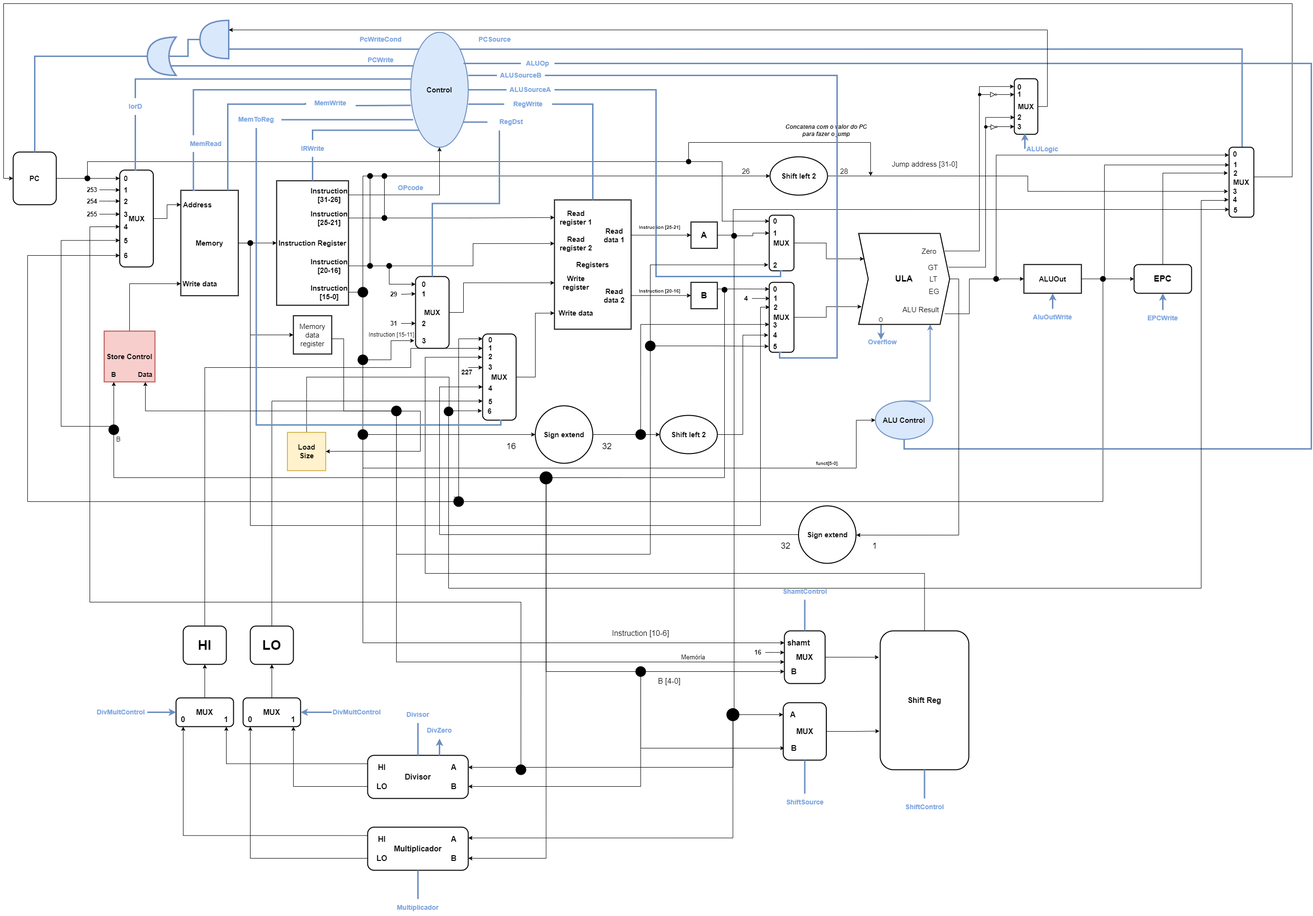
Before: Projeto/Unidade de Processamento/Unidade de Processamento.png, a diagram exported from draw.io (phdfreitas/infrahw-2021-2). Source tidied: cells renumbered, new cells last; positions are measured from the earlier drawing's top-left corner, leaving out a move shared by most shapes.
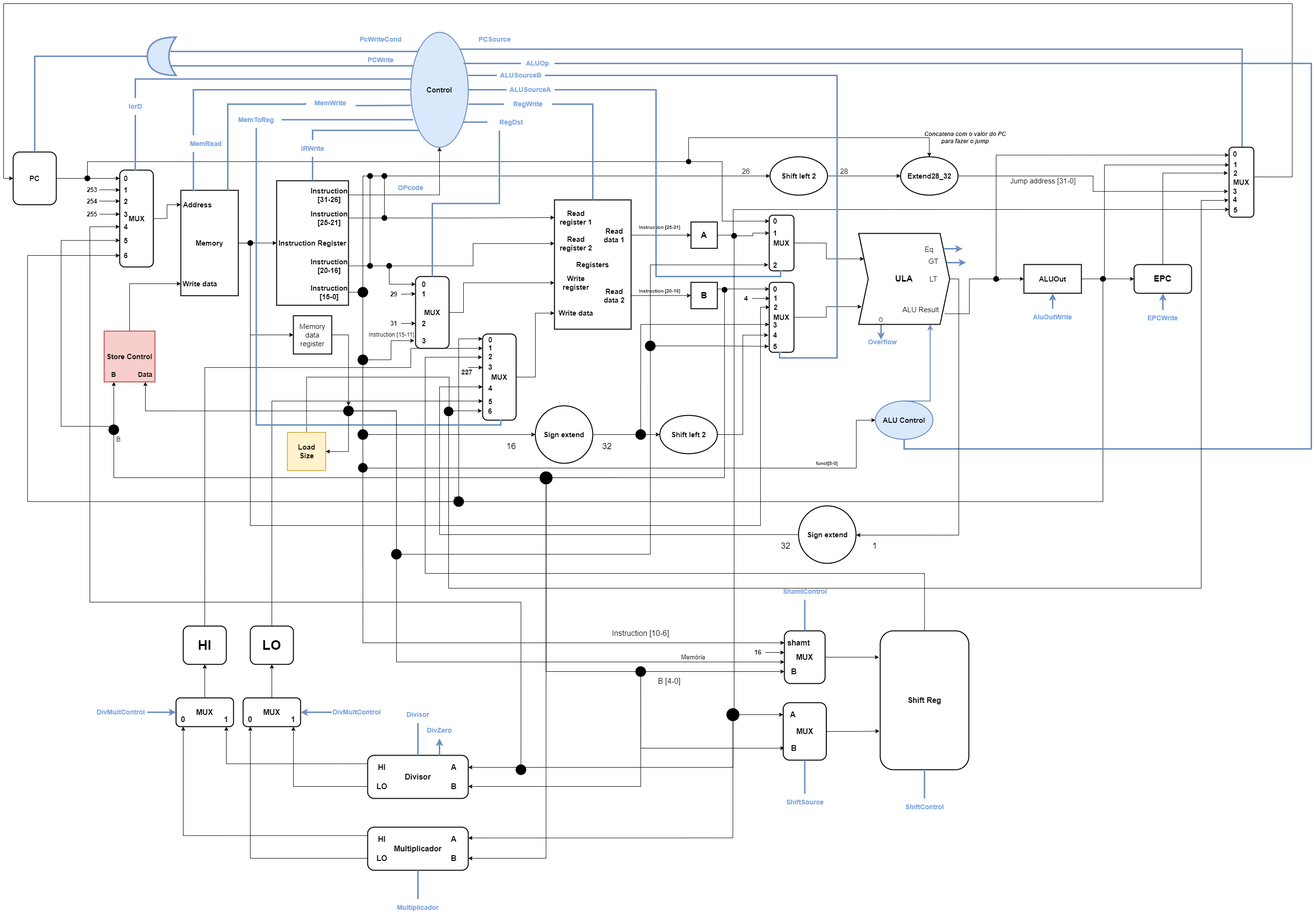
Later version of the same file.

Commit message:
Atualização Un de Processamento

The edit, as a diff of the source:
```diff
@@ -94,14 +94,7 @@
     </mxCell>
-    <mxCell id="29" style="edgeStyle=orthogonalEdgeStyle;rounded=0;jettySize=auto;html=1;exitX=1;exitY=0.5;exitDx=0;exitDy=0;fontSize=12;endArrow=classic;endFill=1;entryX=1;entryY=0.5;entryDx=0;entryDy=0;" parent="1" edge="1" source="30" target="3">
-      <mxGeometry relative="1" as="geometry">
-        <Array as="points">
-          <mxPoint x="685" y="700" />
-          <mxPoint x="710" y="700" />
-          <mxPoint x="710" y="851" />
-          <mxPoint x="870" y="851" />
-          <mxPoint x="870" y="935" />
-          <mxPoint x="690" y="935" />
-        </Array>
-      </mxGeometry>
-    </mxCell>
+    <mxCell id="370" style="edgeStyle=orthogonalEdgeStyle;rounded=0;jettySize=auto;html=1;exitX=1;exitY=0.5;exitDx=0;exitDy=0;fontSize=15;strokeColor=#000000;" parent="1" edge="1" source="30">
+      <mxGeometry relative="1" as="geometry">
+        <mxPoint x="720" y="840" as="targetPoint" />
+      </mxGeometry>
+    </mxCell>
     <mxCell id="30" value="Memory data register" style="whiteSpace=wrap;html=1;fontSize=15;strokeWidth=2;" parent="1" vertex="1">
@@ -124,7 +117,14 @@
     </mxCell>
-    <mxCell id="36" style="edgeStyle=orthogonalEdgeStyle;rounded=0;jettySize=auto;html=1;exitX=1;exitY=0;exitDx=0;exitDy=0;fontSize=10;entryX=1;entryY=0;entryDx=0;entryDy=0;fillColor=#dae8fc;strokeColor=#6c8ebf;strokeWidth=3;endArrow=none;endFill=0;" parent="1" edge="1" source="40" target="152">
+    <mxCell id="36" style="edgeStyle=orthogonalEdgeStyle;rounded=0;jettySize=auto;html=1;exitX=1;exitY=0;exitDx=0;exitDy=0;fontSize=10;entryX=1;entryY=0;entryDx=0;entryDy=0;fillColor=#dae8fc;strokeColor=#6C8EBF;strokeWidth=3;endArrow=none;endFill=0;" parent="1" edge="1" source="40" target="152">
       <mxGeometry relative="1" as="geometry" />
     </mxCell>
-    <mxCell id="37" style="edgeStyle=orthogonalEdgeStyle;rounded=0;jettySize=auto;html=1;exitX=0;exitY=0.25;exitDx=0;exitDy=0;entryX=0;entryY=0;entryDx=0;entryDy=0;fontSize=10;startArrow=none;startFill=0;endArrow=none;endFill=0;strokeColor=#6c8ebf;strokeWidth=3;exitPerimeter=0;fillColor=#dae8fc;" parent="1" edge="1" source="239" target="40">
-      <mxGeometry relative="1" as="geometry" />
+    <mxCell id="37" style="edgeStyle=orthogonalEdgeStyle;rounded=0;orthogonalLoop=1;jettySize=auto;html=1;exitX=0.148;exitY=0.636;exitDx=0;exitDy=0;entryX=0;entryY=0;entryDx=0;entryDy=0;fontSize=10;startArrow=none;startFill=0;endArrow=none;endFill=0;strokeColor=#6c8ebf;strokeWidth=3;exitPerimeter=0;fillColor=#dae8fc;" parent="1" edge="1">
+      <mxGeometry relative="1" as="geometry">
+        <mxPoint x="350.1" y="98.1" as="sourcePoint" />
+        <mxPoint x="866.6" y="94.1" as="targetPoint" />
+        <Array as="points">
+          <mxPoint x="350" y="100" />
+          <mxPoint x="867" y="100" />
+        </Array>
+      </mxGeometry>
     </mxCell>
@@ -212,5 +212,5 @@
     </mxCell>
-    <mxCell id="64" style="edgeStyle=orthogonalEdgeStyle;rounded=0;jettySize=auto;html=1;exitX=1;exitY=0.5;exitDx=0;exitDy=0;entryX=0;entryY=0.5;entryDx=0;entryDy=0;fontSize=15;endArrow=classic;endFill=1;" parent="1" edge="1" source="65" target="160">
-      <mxGeometry relative="1" as="geometry" />
-    </mxCell>
+    <mxCell id="371" style="edgeStyle=orthogonalEdgeStyle;rounded=0;jettySize=auto;html=1;exitX=1;exitY=0.5;exitDx=0;exitDy=0;entryX=0;entryY=0.5;entryDx=0;entryDy=0;fontSize=15;strokeColor=#000000;" parent="1" edge="1" source="65" target="377">
+      <mxGeometry relative="1" as="geometry" />
+    </mxCell>
     <mxCell id="65" value="&lt;b&gt;Shift left 2&lt;/b&gt;" style="ellipse;whiteSpace=wrap;html=1;fontSize=15;strokeColor=#000000;strokeWidth=2;fillColor=none;" parent="1" vertex="1">
@@ -479,7 +479,7 @@
     </mxCell>
-    <mxCell id="139" value="&lt;font style=&quot;font-size: 15px&quot;&gt;Zero&lt;/font&gt;" style="text;html=1;strokeColor=none;fillColor=none;align=center;verticalAlign=middle;whiteSpace=wrap;rounded=0;fontSize=18;" parent="136" vertex="1">
-      <mxGeometry x="115" y="18.2" width="65" height="37" as="geometry" />
+    <mxCell id="139" value="&lt;font style=&quot;font-size: 15px&quot;&gt;Eq&lt;/font&gt;" style="text;html=1;strokeColor=none;fillColor=none;align=center;verticalAlign=middle;whiteSpace=wrap;rounded=0;fontSize=18;" parent="136" vertex="1">
+      <mxGeometry x="115" y="15" width="65" height="37" as="geometry" />
     </mxCell>
     <mxCell id="140" value="&lt;font style=&quot;font-size: 15px&quot;&gt;GT&lt;/font&gt;" style="text;html=1;strokeColor=none;fillColor=none;align=center;verticalAlign=middle;whiteSpace=wrap;rounded=0;fontSize=18;" parent="136" vertex="1">
-      <mxGeometry x="123" y="52" width="65" height="37" as="geometry" />
+      <mxGeometry x="124" y="39.4" width="65" height="37" as="geometry" />
     </mxCell>
@@ -488,5 +488,2 @@
     </mxCell>
-    <mxCell id="142" value="&lt;span style=&quot;font-size: 15px&quot;&gt;EG&lt;/span&gt;" style="text;html=1;strokeColor=none;fillColor=none;align=center;verticalAlign=middle;whiteSpace=wrap;rounded=0;fontSize=18;" parent="136" vertex="1">
-      <mxGeometry x="125" y="103" width="65" height="37" as="geometry" />
-    </mxCell>
     <mxCell id="143" style="edgeStyle=orthogonalEdgeStyle;rounded=0;jettySize=auto;html=1;exitX=1;exitY=0.5;exitDx=0;exitDy=0;entryX=0;entryY=0.5;entryDx=0;entryDy=0;fontSize=15;endArrow=none;endFill=0;" parent="1" edge="1" source="144" target="149">
@@ -591,3 +588,3 @@
     <mxCell id="168" value="Jump address [31-0]" style="text;html=1;strokeColor=none;fillColor=none;align=center;verticalAlign=middle;whiteSpace=wrap;rounded=0;fontSize=15;" parent="1" vertex="1">
-      <mxGeometry x="1852.5" y="320" width="140" height="30" as="geometry" />
+      <mxGeometry x="2100" y="355" width="140" height="30" as="geometry" />
     </mxCell>
@@ -625,15 +622,13 @@
     </mxCell>
-    <mxCell id="175" style="endArrow=classic;html=1;rounded=0;" parent="1" edge="1">
-      <mxGeometry relative="1" as="geometry">
-        <mxPoint x="1430" y="330" as="sourcePoint" />
-        <mxPoint x="1810" y="360" as="targetPoint" />
-        <Array as="points">
-          <mxPoint x="1430" y="290" />
-          <mxPoint x="1810" y="290" />
-        </Array>
-      </mxGeometry>
-    </mxCell>
     <mxCell id="176" value="&lt;i&gt;&lt;b&gt;Concatena com o valor do PC para fazer o jump&lt;/b&gt;&lt;/i&gt;" style="text;html=1;strokeColor=none;fillColor=none;align=center;verticalAlign=middle;whiteSpace=wrap;rounded=0;" parent="1" vertex="1">
-      <mxGeometry x="1630" y="250" width="175" height="30" as="geometry" />
+      <mxGeometry x="1920" y="265" width="175" height="30" as="geometry" />
     </mxCell>
+    <mxCell id="372" style="edgeStyle=orthogonalEdgeStyle;rounded=0;jettySize=auto;html=1;exitX=0.5;exitY=0;exitDx=0;exitDy=0;entryX=0.5;entryY=0;entryDx=0;entryDy=0;fontSize=15;strokeColor=#000000;" parent="1" edge="1" source="177" target="377">
+      <mxGeometry relative="1" as="geometry">
+        <Array as="points">
+          <mxPoint x="1430" y="280" />
+          <mxPoint x="1933" y="280" />
+        </Array>
+      </mxGeometry>
+    </mxCell>
     <mxCell id="177" style="ellipse;whiteSpace=wrap;html=1;fillColor=#000000;" parent="1" vertex="1">
@@ -873,8 +868,2 @@
     </mxCell>
-    <mxCell id="238" style="edgeStyle=orthogonalEdgeStyle;rounded=0;jettySize=auto;html=1;exitX=1;exitY=0.5;exitDx=0;exitDy=0;exitPerimeter=0;entryX=0.25;entryY=0.5;entryDx=0;entryDy=0;entryPerimeter=0;fontSize=10;startArrow=none;startFill=0;endArrow=none;endFill=0;strokeColor=#6c8ebf;strokeWidth=3;fillColor=#dae8fc;" parent="1" edge="1" source="239" target="241">
-      <mxGeometry relative="1" as="geometry" />
-    </mxCell>
-    <mxCell id="239" style="shape=or;whiteSpace=wrap;html=1;fontSize=10;fillColor=#dae8fc;strokeColor=#6c8ebf;strokeWidth=3;rotation=90;direction=south;" parent="1" vertex="1">
-      <mxGeometry x="400" y="45" width="80" height="60" as="geometry" />
-    </mxCell>
     <mxCell id="240" style="edgeStyle=orthogonalEdgeStyle;rounded=0;jettySize=auto;html=1;exitX=1;exitY=0.5;exitDx=0;exitDy=0;exitPerimeter=0;entryX=0.5;entryY=0;entryDx=0;entryDy=0;fontSize=10;startArrow=none;startFill=0;endArrow=none;endFill=0;strokeColor=#6c8ebf;strokeWidth=3;fillColor=#dae8fc;" parent="1" edge="1" source="241" target="6">
@@ -1147,6 +1136,6 @@
     </mxCell>
-    <mxCell id="304" style="edgeStyle=orthogonalEdgeStyle;rounded=0;jettySize=auto;html=1;exitX=1;exitY=1;exitDx=0;exitDy=0;entryX=0;entryY=0.5;entryDx=0;entryDy=0;fontSize=14;strokeWidth=1;" parent="1" edge="1" source="306" target="126">
+    <mxCell id="304" style="edgeStyle=orthogonalEdgeStyle;rounded=0;jettySize=auto;html=1;exitX=1;exitY=0.5;exitDx=0;exitDy=0;entryX=0;entryY=0.5;entryDx=0;entryDy=0;fontSize=14;strokeWidth=1;" parent="1" edge="1" source="306" target="126">
       <mxGeometry relative="1" as="geometry">
         <Array as="points">
-          <mxPoint x="820" y="858" />
+          <mxPoint x="820" y="851" />
           <mxPoint x="820" y="1150" />
@@ -1157,3 +1146,6 @@
     </mxCell>
+    <mxCell id="373" style="edgeStyle=orthogonalEdgeStyle;rounded=0;jettySize=auto;html=1;exitX=0.5;exitY=1;exitDx=0;exitDy=0;entryX=1;entryY=0.5;entryDx=0;entryDy=0;fontSize=15;strokeColor=#000000;" parent="1" edge="1" source="306" target="3">
+      <mxGeometry relative="1" as="geometry" />
+    </mxCell>
-    <mxCell id="305" style="edgeStyle=orthogonalEdgeStyle;rounded=0;jettySize=auto;html=1;exitX=0;exitY=0.5;exitDx=0;exitDy=0;entryX=0.5;entryY=1;entryDx=0;entryDy=0;fontSize=14;endArrow=classic;endFill=1;" parent="1" edge="1" source="306" target="361">
+    <mxCell id="305" style="edgeStyle=orthogonalEdgeStyle;rounded=0;jettySize=auto;html=1;exitX=0;exitY=0.5;exitDx=0;exitDy=0;entryX=0.5;entryY=1;entryDx=0;entryDy=0;fontSize=15;strokeColor=#000000;" parent="1" edge="1" source="306" target="361">
       <mxGeometry relative="1" as="geometry" />
@@ -1161,9 +1153,4 @@
     <mxCell id="306" style="ellipse;whiteSpace=wrap;html=1;fontSize=15;strokeWidth=2;fillColor=#000000;" parent="1" vertex="1">
-      <mxGeometry x="810" y="840.7" width="20" height="20" as="geometry" />
+      <mxGeometry x="710" y="840.7" width="20" height="20" as="geometry" />
     </mxCell>
-    <mxCell id="307" style="edgeStyle=orthogonalEdgeStyle;rounded=0;jettySize=auto;html=1;exitX=0;exitY=0.5;exitDx=0;exitDy=0;fontSize=13;fontColor=#FF0000;endArrow=none;endFill=1;strokeWidth=1;entryX=0;entryY=0.5;entryDx=0;entryDy=0;" parent="1" edge="1" target="306">
-      <mxGeometry relative="1" as="geometry">
-        <mxPoint x="820" y="850" as="sourcePoint" />
-      </mxGeometry>
-    </mxCell>
     <mxCell id="308" value="&lt;font color=&quot;#000000&quot;&gt;Memória&lt;/font&gt;" style="text;html=1;strokeColor=none;fillColor=none;align=center;verticalAlign=middle;whiteSpace=wrap;rounded=0;fontSize=13;fontColor=#FF0000;" parent="1" vertex="1">
@@ -1225,38 +1212,2 @@
     </mxCell>
-    <mxCell id="320" style="edgeStyle=orthogonalEdgeStyle;rounded=0;jettySize=auto;html=1;exitX=1;exitY=0.5;exitDx=0;exitDy=0;entryX=0;entryY=0.75;entryDx=0;entryDy=0;entryPerimeter=0;" parent="1" edge="1" source="321" target="239">
-      <mxGeometry relative="1" as="geometry" />
-    </mxCell>
-    <mxCell id="321" value="&lt;b&gt;MUX&lt;/b&gt;" style="rounded=1;whiteSpace=wrap;html=1;fontSize=15;strokeWidth=2;" parent="1" vertex="1">
-      <mxGeometry x="2110" y="157" width="49" height="116.1" as="geometry" />
-    </mxCell>
-    <mxCell id="322" style="edgeStyle=orthogonalEdgeStyle;rounded=0;jettySize=auto;html=1;exitX=1;exitY=0.5;exitDx=0;exitDy=0;entryX=-0.011;entryY=0.14;entryDx=0;entryDy=0;entryPerimeter=0;" parent="1" edge="1" source="139" target="321">
-      <mxGeometry relative="1" as="geometry">
-        <Array as="points">
-          <mxPoint x="2037" y="517" />
-          <mxPoint x="2037" y="173" />
-        </Array>
-      </mxGeometry>
-    </mxCell>
-    <mxCell id="323" style="endArrow=classic;html=1;rounded=0;startArrow=none;" parent="1" edge="1" source="327">
-      <mxGeometry relative="1" as="geometry">
-        <mxPoint x="2110" y="190" as="targetPoint" />
-      </mxGeometry>
-    </mxCell>
-    <mxCell id="324" style="ellipse;whiteSpace=wrap;html=1;fontSize=15;strokeWidth=2;fillColor=#000000;" parent="1" vertex="1">
-      <mxGeometry x="2035" y="187.5" width="5" height="5" as="geometry" />
-    </mxCell>
-    <mxCell id="325" style="triangle;whiteSpace=wrap;html=1;" parent="1" vertex="1">
-      <mxGeometry x="2060" y="185" width="10" height="10" as="geometry" />
-    </mxCell>
-    <mxCell id="326" style="endArrow=none;html=1;rounded=0;" parent="1" edge="1" target="325">
-      <mxGeometry relative="1" as="geometry">
-        <mxPoint x="2040" y="190" as="sourcePoint" />
-      </mxGeometry>
-    </mxCell>
-    <mxCell id="327" style="ellipse;whiteSpace=wrap;html=1;" parent="1" vertex="1">
-      <mxGeometry x="2070" y="188.5" width="3" height="3" as="geometry" />
-    </mxCell>
-    <mxCell id="328" style="endArrow=none;html=1;rounded=0;startArrow=none;" parent="1" edge="1" source="325" target="327">
-      <mxGeometry relative="1" as="geometry" />
-    </mxCell>
     <mxCell id="329" value="&lt;b&gt;Overflow&lt;/b&gt;" style="text;html=1;strokeColor=none;fillColor=none;align=center;verticalAlign=middle;whiteSpace=wrap;rounded=0;fontSize=14;fontColor=#7EA6E0;" parent="1" vertex="1">
@@ -1294,53 +1245,2 @@
     </mxCell>
-    <mxCell id="336" value="&lt;b&gt;0&lt;/b&gt;" style="text;html=1;strokeColor=none;fillColor=none;align=center;verticalAlign=middle;whiteSpace=wrap;rounded=0;fontSize=15;" parent="1" vertex="1">
-      <mxGeometry x="2108" y="162" width="25.9" height="24.9" as="geometry" />
-    </mxCell>
-    <mxCell id="337" value="&lt;b&gt;1&lt;/b&gt;" style="text;html=1;strokeColor=none;fillColor=none;align=center;verticalAlign=middle;whiteSpace=wrap;rounded=0;fontSize=15;" parent="1" vertex="1">
-      <mxGeometry x="2108" y="177" width="25.9" height="24.9" as="geometry" />
-    </mxCell>
-    <mxCell id="338" style="edgeStyle=orthogonalEdgeStyle;rounded=0;jettySize=auto;html=1;entryX=0.007;entryY=0.601;entryDx=0;entryDy=0;entryPerimeter=0;exitX=1;exitY=0.5;exitDx=0;exitDy=0;" parent="1" edge="1" source="140">
-      <mxGeometry relative="1" as="geometry">
-        <mxPoint x="2110.3" y="237.7" as="targetPoint" />
-        <Array as="points">
-          <mxPoint x="2050" y="551" />
-          <mxPoint x="2050" y="238" />
-        </Array>
-      </mxGeometry>
-    </mxCell>
-    <mxCell id="339" style="endArrow=classic;html=1;rounded=0;startArrow=none;" parent="1" edge="1">
-      <mxGeometry relative="1" as="geometry">
-        <mxPoint x="2073" y="257" as="sourcePoint" />
-        <mxPoint x="2110" y="257" as="targetPoint" />
-      </mxGeometry>
-    </mxCell>
-    <mxCell id="340" style="ellipse;whiteSpace=wrap;html=1;" parent="1" vertex="1">
-      <mxGeometry x="2071" y="256" width="3" height="3" as="geometry" />
-    </mxCell>
-    <mxCell id="341" style="triangle;whiteSpace=wrap;html=1;" parent="1" vertex="1">
-      <mxGeometry x="2061" y="253" width="10" height="10" as="geometry" />
-    </mxCell>
-    <mxCell id="342" style="endArrow=none;html=1;rounded=0;" parent="1" edge="1">
-      <mxGeometry relative="1" as="geometry">
-        <mxPoint x="2050" y="257" as="sourcePoint" />
-        <mxPoint x="2061" y="257" as="targetPoint" />
-      </mxGeometry>
-    </mxCell>
-    <mxCell id="343" value="&lt;b&gt;2&lt;/b&gt;" style="text;html=1;strokeColor=none;fillColor=none;align=center;verticalAlign=middle;whiteSpace=wrap;rounded=0;fontSize=15;" parent="1" vertex="1">
-      <mxGeometry x="2108" y="225" width="25.9" height="24.9" as="geometry" />
-    </mxCell>
-    <mxCell id="344" value="&lt;b&gt;3&lt;/b&gt;" style="text;html=1;strokeColor=none;fillColor=none;align=center;verticalAlign=middle;whiteSpace=wrap;rounded=0;fontSize=15;" parent="1" vertex="1">
-      <mxGeometry x="2108" y="245" width="25.9" height="24.9" as="geometry" />
-    </mxCell>
-    <mxCell id="345" style="edgeStyle=orthogonalEdgeStyle;rounded=0;orthogonalLoop=1;jettySize=auto;html=1;exitX=0.5;exitY=0;exitDx=0;exitDy=0;strokeWidth=3;fillColor=#dae8fc;strokeColor=#6c8ebf;" parent="1" edge="1">
-      <mxGeometry relative="1" as="geometry">
-        <mxPoint x="2132" y="303.2" as="sourcePoint" />
-        <mxPoint x="2132" y="271" as="targetPoint" />
-      </mxGeometry>
-    </mxCell>
-    <mxCell id="346" value="&lt;b&gt;ALULogic&lt;/b&gt;" style="text;html=1;strokeColor=none;fillColor=none;align=center;verticalAlign=middle;whiteSpace=wrap;rounded=0;fontSize=14;fontColor=#7EA6E0;" parent="1" vertex="1">
-      <mxGeometry x="2119" y="287" width="100" height="35" as="geometry" />
-    </mxCell>
-    <mxCell id="347" style="ellipse;whiteSpace=wrap;html=1;fontSize=15;strokeWidth=2;fillColor=#000000;" parent="1" vertex="1">
-      <mxGeometry x="2048" y="255" width="5" height="5" as="geometry" />
-    </mxCell>
     <mxCell id="348" value="&lt;font style=&quot;font-size: 10px&quot;&gt;&lt;b&gt;funct[5-0]&lt;/b&gt;&lt;/font&gt;" style="text;html=1;strokeColor=none;fillColor=none;align=center;verticalAlign=middle;whiteSpace=wrap;rounded=0;fontSize=15;" parent="1" vertex="1">
@@ -1441,2 +1341,26 @@
     </mxCell>
+    <mxCell id="374" style="edgeStyle=orthogonalEdgeStyle;rounded=0;orthogonalLoop=1;jettySize=auto;html=1;exitX=0.5;exitY=0;exitDx=0;exitDy=0;strokeWidth=3;fillColor=#dae8fc;strokeColor=#6c8ebf;" parent="1" edge="1">
+      <mxGeometry relative="1" as="geometry">
+        <mxPoint x="1962" y="512" as="sourcePoint" />
+        <mxPoint x="2002" y="512" as="targetPoint" />
+      </mxGeometry>
+    </mxCell>
+    <mxCell id="375" style="edgeStyle=orthogonalEdgeStyle;rounded=0;orthogonalLoop=1;jettySize=auto;html=1;exitX=0.5;exitY=0;exitDx=0;exitDy=0;strokeWidth=3;fillColor=#dae8fc;strokeColor=#6c8ebf;" parent="1" edge="1">
+      <mxGeometry relative="1" as="geometry">
+        <mxPoint x="1969" y="541" as="sourcePoint" />
+        <mxPoint x="2009" y="541" as="targetPoint" />
+      </mxGeometry>
+    </mxCell>
+    <mxCell id="376" style="edgeStyle=orthogonalEdgeStyle;rounded=0;jettySize=auto;html=1;exitX=1;exitY=0.5;exitDx=0;exitDy=0;entryX=0;entryY=0.5;entryDx=0;entryDy=0;fontSize=15;strokeColor=#000000;" parent="1" edge="1" source="377" target="160">
+      <mxGeometry relative="1" as="geometry" />
+    </mxCell>
+    <mxCell id="377" value="&lt;b&gt;Extend28_32&lt;/b&gt;" style="ellipse;whiteSpace=wrap;html=1;fontSize=15;strokeColor=#000000;strokeWidth=2;fillColor=none;" parent="1" vertex="1">
+      <mxGeometry x="1872.5" y="320" width="120" height="80" as="geometry" />
+    </mxCell>
+    <mxCell id="378" style="ellipse;whiteSpace=wrap;html=1;fontSize=15;strokeWidth=2;fillColor=#000000;" parent="1" vertex="1">
+      <mxGeometry x="810" y="1140" width="20" height="20" as="geometry" />
+    </mxCell>
+    <mxCell id="379" style="ellipse;whiteSpace=wrap;html=1;fontSize=15;strokeWidth=2;fillColor=#000000;" parent="1" vertex="1">
+      <mxGeometry x="741" y="960.4" width="18" height="18" as="geometry" />
+    </mxCell>
   </root>
```
